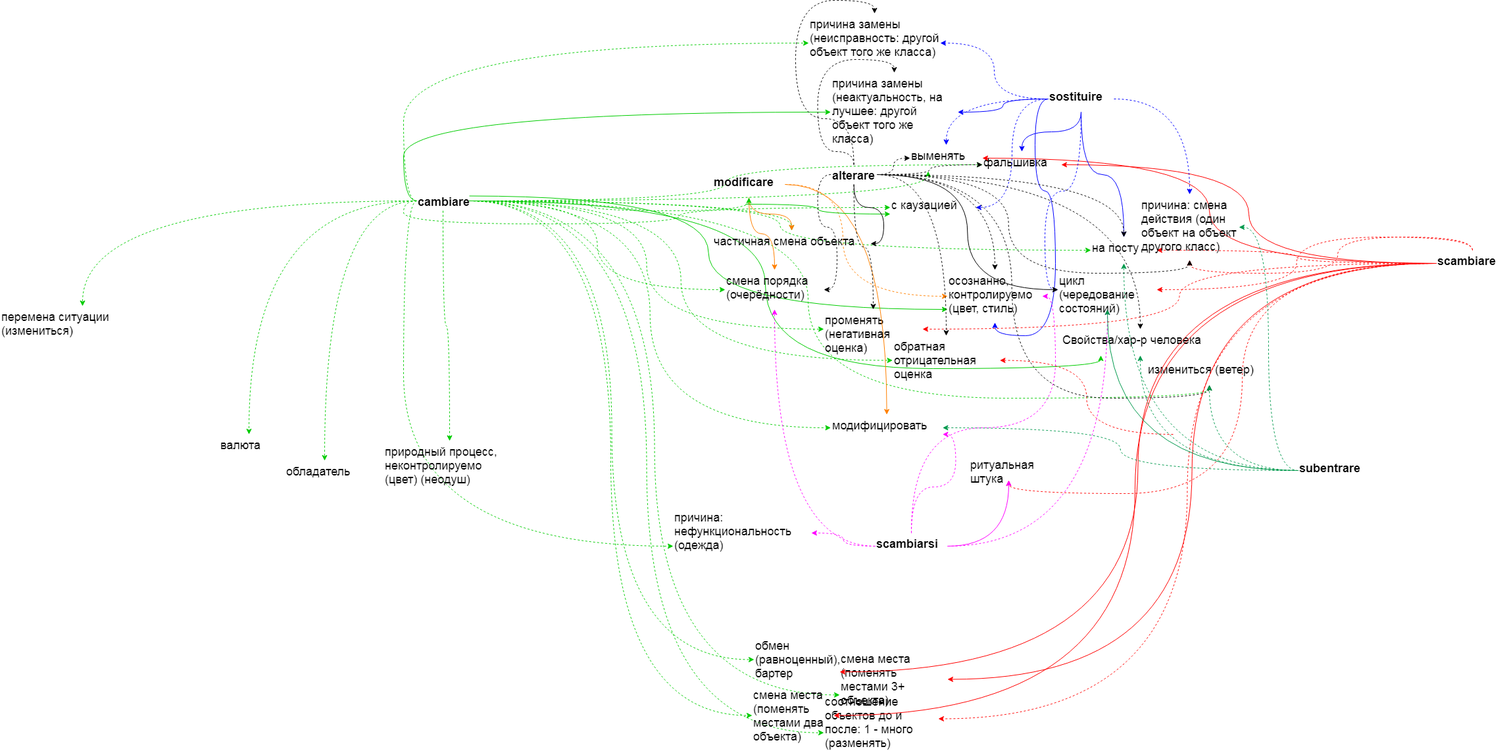
Before: итал.png, a diagram exported from draw.io (JanaKoko/try). Source tidied: cells renumbered, new cells last; positions are measured from the earlier drawing's top-left corner, leaving out a move shared by most shapes.
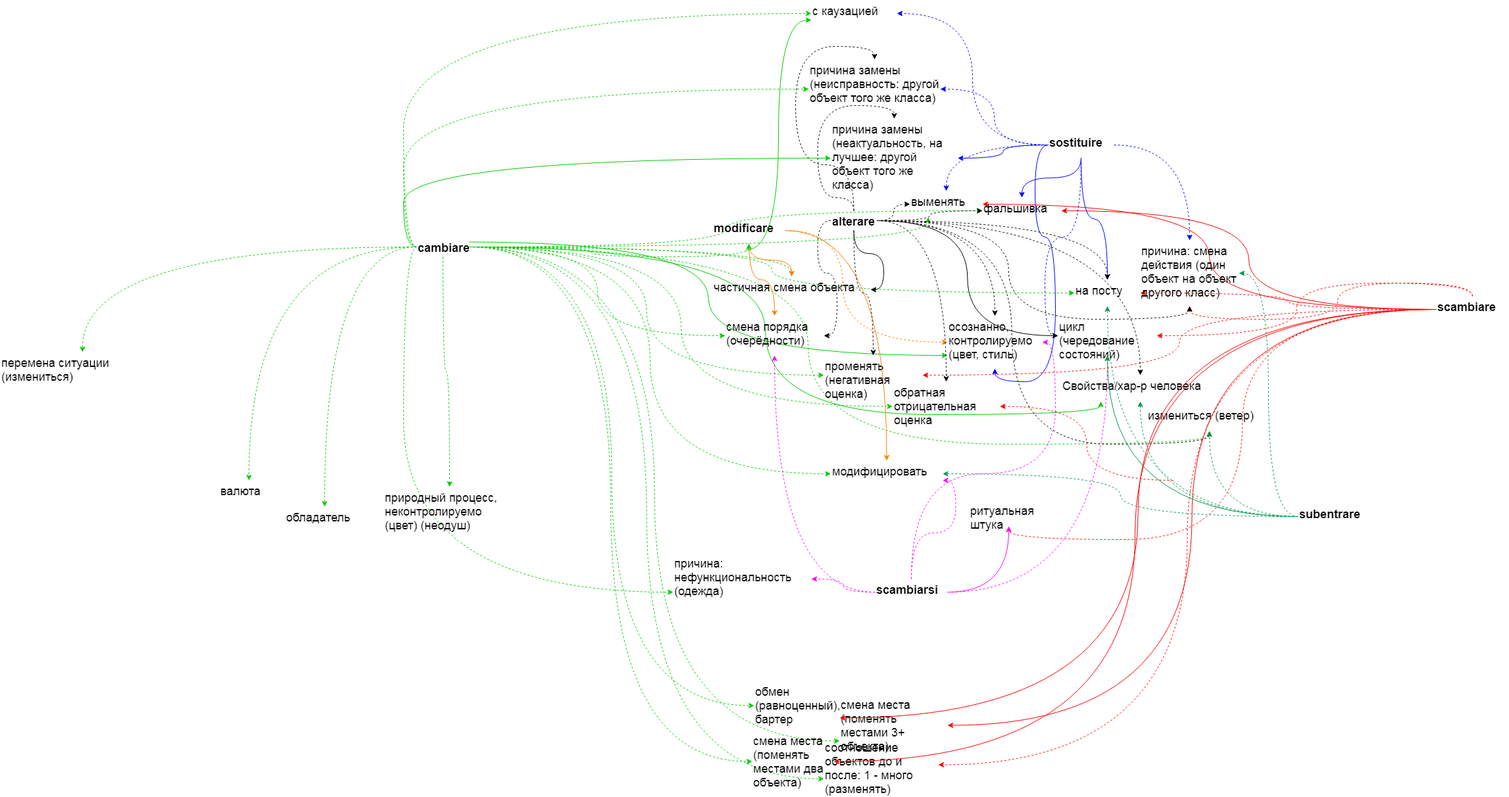
Later version of the same file.

The edit, as a diff of the source:
```diff
@@ -113,7 +113,7 @@
     <mxCell id="38" value="смена порядка (очерёдности)" style="text;whiteSpace=wrap;html=1;fontSize=18;" parent="1" vertex="1">
       <mxGeometry x="1102" y="390" width="150" height="60" as="geometry" />
     </mxCell>
-    <mxCell id="39" value="причина замены (неисправность: другой объект того же класса)" style="text;whiteSpace=wrap;html=1;fontSize=18;" parent="1" vertex="1">
+    <mxCell id="39" value="причина замены (неисправность: другой объект того же класса)" style="text;whiteSpace=wrap;html=1;fontSize=18;shadow=0;" parent="1" vertex="1">
       <mxGeometry x="1229" width="200" height="90" as="geometry" />
     </mxCell>
     <mxCell id="40" value="частичная смена объекта" style="text;whiteSpace=wrap;html=1;fontSize=18;" parent="1" vertex="1">
@@ -129,7 +129,7 @@
       <mxGeometry x="1356.5" y="490" width="163" height="75" as="geometry" />
     </mxCell>
     <mxCell id="44" value="на посту" style="text;whiteSpace=wrap;html=1;fontSize=18;" parent="1" vertex="1">
-      <mxGeometry x="1658" y="340" width="100" height="40" as="geometry" />
+      <mxGeometry x="1633" y="335" width="100" height="40" as="geometry" />
     </mxCell>
     <mxCell id="45" value="обмен (равноценный), бартер" style="text;whiteSpace=wrap;html=1;fontSize=18;" parent="1" vertex="1">
       <mxGeometry x="1146" y="945" width="130" height="75" as="geometry" />
@@ -264,7 +264,7 @@
       <mxGeometry relative="1" as="geometry" />
     </mxCell>
     <mxCell id="87" value="с каузацией" style="text;whiteSpace=wrap;html=1;fontSize=18;" parent="1" vertex="1">
-      <mxGeometry x="1353" y="275" width="130" height="40" as="geometry" />
+      <mxGeometry x="1233" y="-90" width="130" height="40" as="geometry" />
     </mxCell>
     <mxCell id="88" style="edgeStyle=orthogonalEdgeStyle;curved=1;rounded=0;jettySize=auto;html=1;fontSize=18;strokeColor=#00CC00;entryX=0;entryY=0.75;entryDx=0;entryDy=0;" parent="1" edge="1" target="87">
       <mxGeometry relative="1" as="geometry">
```
